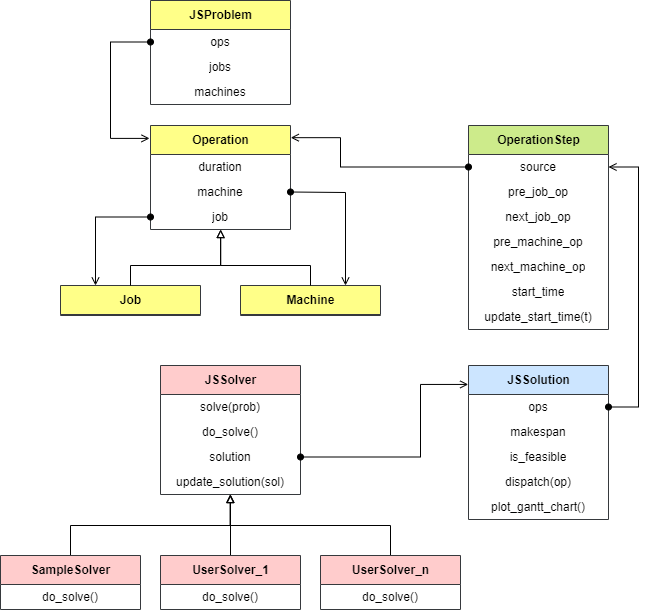
Above: doc/images/class.drawio.png in dothinking/jsp_framework (draw.io), before the change. Source tidied: cells renumbered, new cells last; positions are measured from the earlier drawing's top-left corner, leaving out a move shared by most shapes.
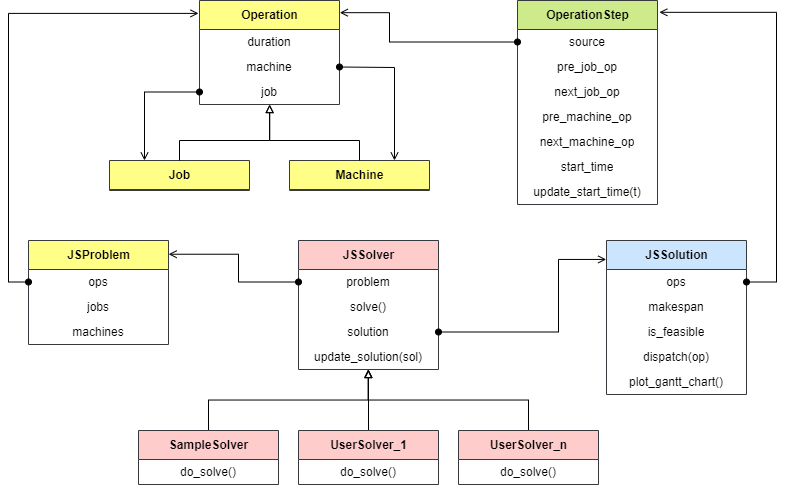
Above is the later version.

What changed in the source:
```diff
@@ -3,13 +3,13 @@
     <mxCell id="0" />
     <mxCell id="1" parent="0" />
     <mxCell id="2" value="Job" style="swimlane;fontStyle=1;align=center;verticalAlign=middle;horizontal=1;startSize=29;html=1;fillColor=#ffff88;strokeColor=#36393d;" parent="1" vertex="1">
-      <mxGeometry x="60" y="285" width="140" height="30" as="geometry" />
+      <mxGeometry x="-29" y="285" width="140" height="30" as="geometry" />
     </mxCell>
     <mxCell id="3" value="Machine" style="swimlane;fontStyle=1;align=center;verticalAlign=middle;horizontal=1;startSize=29;html=1;fillColor=#ffff88;strokeColor=#36393d;" parent="1" vertex="1">
-      <mxGeometry x="240" y="285" width="140" height="30" as="geometry" />
+      <mxGeometry x="151" y="285" width="140" height="30" as="geometry" />
     </mxCell>
     <mxCell id="4" value="Operation" style="swimlane;fontStyle=1;align=center;verticalAlign=middle;horizontal=1;startSize=29;html=1;fillColor=#ffff88;strokeColor=#36393d;" parent="1" vertex="1">
-      <mxGeometry x="150" y="125" width="140" height="104" as="geometry" />
+      <mxGeometry x="61" y="125" width="140" height="104" as="geometry" />
     </mxCell>
     <mxCell id="5" value="duration" style="text;html=1;strokeColor=none;fillColor=none;align=center;verticalAlign=middle;spacingLeft=4;spacingRight=4;overflow=hidden;" parent="4" vertex="1">
       <mxGeometry y="29" width="140" height="25" as="geometry" />
@@ -21,7 +21,7 @@
       <mxGeometry y="79" width="140" height="25" as="geometry" />
     </mxCell>
     <mxCell id="8" value="OperationStep" style="swimlane;fontStyle=1;align=center;verticalAlign=middle;horizontal=1;startSize=29;html=1;fillColor=#cdeb8b;strokeColor=#36393d;" parent="1" vertex="1">
-      <mxGeometry x="468" y="125" width="140" height="204" as="geometry" />
+      <mxGeometry x="379" y="125" width="140" height="204" as="geometry" />
     </mxCell>
     <mxCell id="9" value="source" style="text;html=1;strokeColor=none;fillColor=none;align=center;verticalAlign=middle;spacingLeft=4;spacingRight=4;overflow=hidden;points=[[0,0.5],[1,0.5]];portConstraint=eastwest;" parent="8" vertex="1">
       <mxGeometry y="29" width="140" height="25" as="geometry" />
@@ -45,7 +45,7 @@
       <mxGeometry y="179" width="140" height="25" as="geometry" />
     </mxCell>
     <mxCell id="16" value="JSProblem" style="swimlane;fontStyle=1;align=center;verticalAlign=middle;horizontal=1;startSize=29;html=1;fillColor=#FFFF88;strokeColor=#36393d;" parent="1" vertex="1">
-      <mxGeometry x="150" width="140" height="104" as="geometry" />
+      <mxGeometry x="-110" y="365" width="140" height="104" as="geometry" />
     </mxCell>
     <mxCell id="17" value="ops" style="text;html=1;strokeColor=none;fillColor=none;align=center;verticalAlign=middle;spacingLeft=4;spacingRight=4;overflow=hidden;points=[[0,0.5],[1,0.5]];portConstraint=eastwest;" parent="16" vertex="1">
       <mxGeometry y="29" width="140" height="25" as="geometry" />
@@ -59,10 +59,10 @@
     <mxCell id="20" value="JSSolver" style="swimlane;fontStyle=1;align=center;verticalAlign=middle;horizontal=1;startSize=29;html=1;fillColor=#ffcccc;strokeColor=#36393d;" parent="1" vertex="1">
       <mxGeometry x="160" y="365" width="140" height="129" as="geometry" />
     </mxCell>
-    <mxCell id="21" value="solve(prob)" style="text;html=1;strokeColor=none;fillColor=none;align=center;verticalAlign=middle;spacingLeft=4;spacingRight=4;overflow=hidden;points=[[0,0.5],[1,0.5]];portConstraint=eastwest;" parent="20" vertex="1">
+    <mxCell id="21" value="problem" style="text;html=1;strokeColor=none;fillColor=none;align=center;verticalAlign=middle;spacingLeft=4;spacingRight=4;overflow=hidden;points=[[0,0.5],[1,0.5]];portConstraint=eastwest;" parent="20" vertex="1">
       <mxGeometry y="29" width="140" height="25" as="geometry" />
     </mxCell>
-    <mxCell id="22" value="do_solve()" style="text;html=1;strokeColor=none;fillColor=none;align=center;verticalAlign=middle;spacingLeft=4;spacingRight=4;overflow=hidden;" parent="20" vertex="1">
+    <mxCell id="22" value="solve()" style="text;html=1;strokeColor=none;fillColor=none;align=center;verticalAlign=middle;spacingLeft=4;spacingRight=4;overflow=hidden;" parent="20" vertex="1">
       <mxGeometry y="54" width="140" height="25" as="geometry" />
     </mxCell>
     <mxCell id="23" value="solution" style="text;html=1;strokeColor=none;fillColor=none;align=center;verticalAlign=middle;spacingLeft=4;spacingRight=4;overflow=hidden;points=[[0,0.5],[1,0.5]];portConstraint=eastwest;" parent="20" vertex="1">
@@ -119,19 +119,19 @@
     <mxCell id="40" style="edgeStyle=elbowEdgeStyle;rounded=0;jettySize=auto;elbow=vertical;html=1;exitX=1;exitY=0.5;exitDx=0;exitDy=0;entryX=0.75;entryY=0;entryDx=0;entryDy=0;endArrow=open;endFill=0;startArrow=oval;startFill=1;" parent="1" edge="1" source="6" target="3">
       <mxGeometry relative="1" as="geometry">
         <Array as="points">
-          <mxPoint x="320" y="192" />
-          <mxPoint x="340" y="192" />
+          <mxPoint x="231" y="192" />
+          <mxPoint x="251" y="192" />
         </Array>
       </mxGeometry>
     </mxCell>
     <mxCell id="41" style="edgeStyle=elbowEdgeStyle;rounded=0;jettySize=auto;html=1;exitX=0;exitY=0.5;exitDx=0;exitDy=0;entryX=0.25;entryY=0;entryDx=0;entryDy=0;endArrow=open;endFill=0;startArrow=oval;startFill=1;" parent="1" edge="1" source="7" target="2">
       <mxGeometry relative="1" as="geometry">
         <Array as="points">
-          <mxPoint x="95" y="255" />
+          <mxPoint x="6" y="255" />
         </Array>
       </mxGeometry>
     </mxCell>
-    <mxCell id="42" style="edgeStyle=elbowEdgeStyle;rounded=0;jettySize=auto;html=1;exitX=1;exitY=0.5;exitDx=0;exitDy=0;entryX=1;entryY=0.5;entryDx=0;entryDy=0;endArrow=open;endFill=0;startArrow=oval;startFill=1;" parent="1" edge="1" source="26" target="9">
+    <mxCell id="42" style="edgeStyle=elbowEdgeStyle;rounded=0;jettySize=auto;html=1;exitX=1;exitY=0.5;exitDx=0;exitDy=0;entryX=1.013;entryY=0.058;entryDx=0;entryDy=0;endArrow=open;endFill=0;startArrow=oval;startFill=1;entryPerimeter=0;" parent="1" edge="1" source="26" target="8">
       <mxGeometry relative="1" as="geometry">
         <Array as="points">
           <mxPoint x="638" y="285" />
@@ -141,7 +141,7 @@
     <mxCell id="43" style="edgeStyle=elbowEdgeStyle;rounded=0;jettySize=auto;html=1;exitX=0;exitY=0.5;exitDx=0;exitDy=0;entryX=-0.007;entryY=0.124;entryDx=0;entryDy=0;entryPerimeter=0;endArrow=open;endFill=0;startArrow=oval;startFill=1;" parent="1" edge="1" source="17" target="4">
       <mxGeometry relative="1" as="geometry">
         <Array as="points">
-          <mxPoint x="110" y="85" />
+          <mxPoint x="-130" y="275" />
         </Array>
       </mxGeometry>
     </mxCell>
@@ -156,23 +156,31 @@
     <mxCell id="45" style="edgeStyle=elbowEdgeStyle;rounded=0;jettySize=auto;elbow=vertical;html=1;exitX=0.5;exitY=0;exitDx=0;exitDy=0;endArrow=block;endFill=0;entryX=0.501;entryY=1.002;entryDx=0;entryDy=0;entryPerimeter=0;" parent="1" edge="1" source="2" target="7">
       <mxGeometry relative="1" as="geometry">
         <Array as="points">
-          <mxPoint x="170" y="265" />
+          <mxPoint x="81" y="265" />
         </Array>
       </mxGeometry>
     </mxCell>
     <mxCell id="46" style="edgeStyle=elbowEdgeStyle;rounded=0;jettySize=auto;elbow=vertical;html=1;exitX=0.5;exitY=0;exitDx=0;exitDy=0;endArrow=block;endFill=0;entryX=0.501;entryY=1.002;entryDx=0;entryDy=0;entryPerimeter=0;" parent="1" edge="1" source="3" target="7">
       <mxGeometry relative="1" as="geometry">
         <Array as="points">
-          <mxPoint x="260" y="265" />
+          <mxPoint x="171" y="265" />
         </Array>
       </mxGeometry>
     </mxCell>
     <mxCell id="47" style="edgeStyle=elbowEdgeStyle;html=1;exitX=0;exitY=0.5;exitDx=0;exitDy=0;startArrow=oval;startFill=1;rounded=0;endArrow=open;endFill=0;entryX=1.002;entryY=0.117;entryDx=0;entryDy=0;entryPerimeter=0;" parent="1" edge="1" source="9" target="4">
       <mxGeometry relative="1" as="geometry">
         <Array as="points">
-          <mxPoint x="340" y="155" />
+          <mxPoint x="251" y="155" />
         </Array>
       </mxGeometry>
     </mxCell>
+    <mxCell id="48" style="edgeStyle=elbowEdgeStyle;rounded=0;jettySize=auto;html=1;exitX=0;exitY=0.5;exitDx=0;exitDy=0;endArrow=open;endFill=0;startArrow=oval;startFill=1;entryX=1.001;entryY=0.132;entryDx=0;entryDy=0;entryPerimeter=0;" parent="1" edge="1" source="21" target="16">
+      <mxGeometry relative="1" as="geometry">
+        <Array as="points">
+          <mxPoint x="100" y="395" />
+          <mxPoint x="50" y="396.1" />
+        </Array>
+      </mxGeometry>
+    </mxCell>
   </root>
 </mxGraphModel>
```
